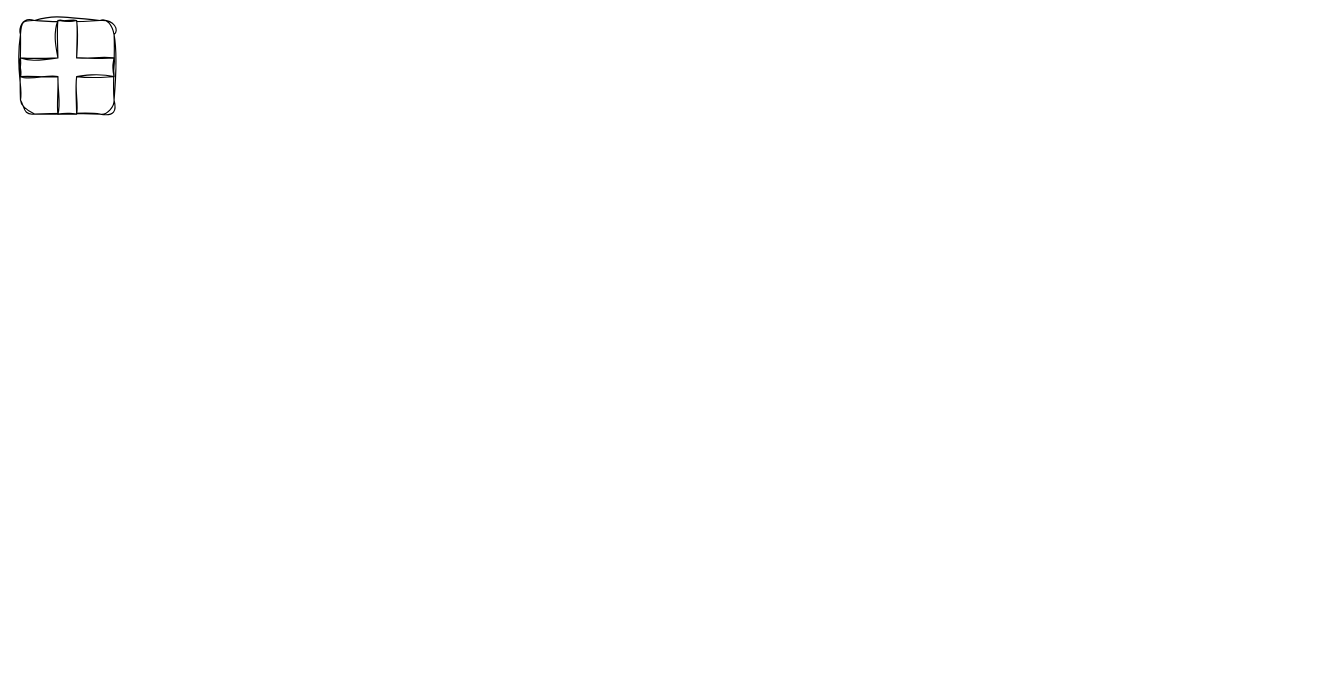
Above: SampleAPP.drawio in KnightCheng4/Draw (draw.io), before the change. Source tidied: cells renumbered, new cells numbered last; positions are measured from the earlier drawing's top-left corner, leaving out a move shared by most shapes. Both pictures are drawn from the tidied source at 117%, with x=0, y=0 at pixel (20, 20).
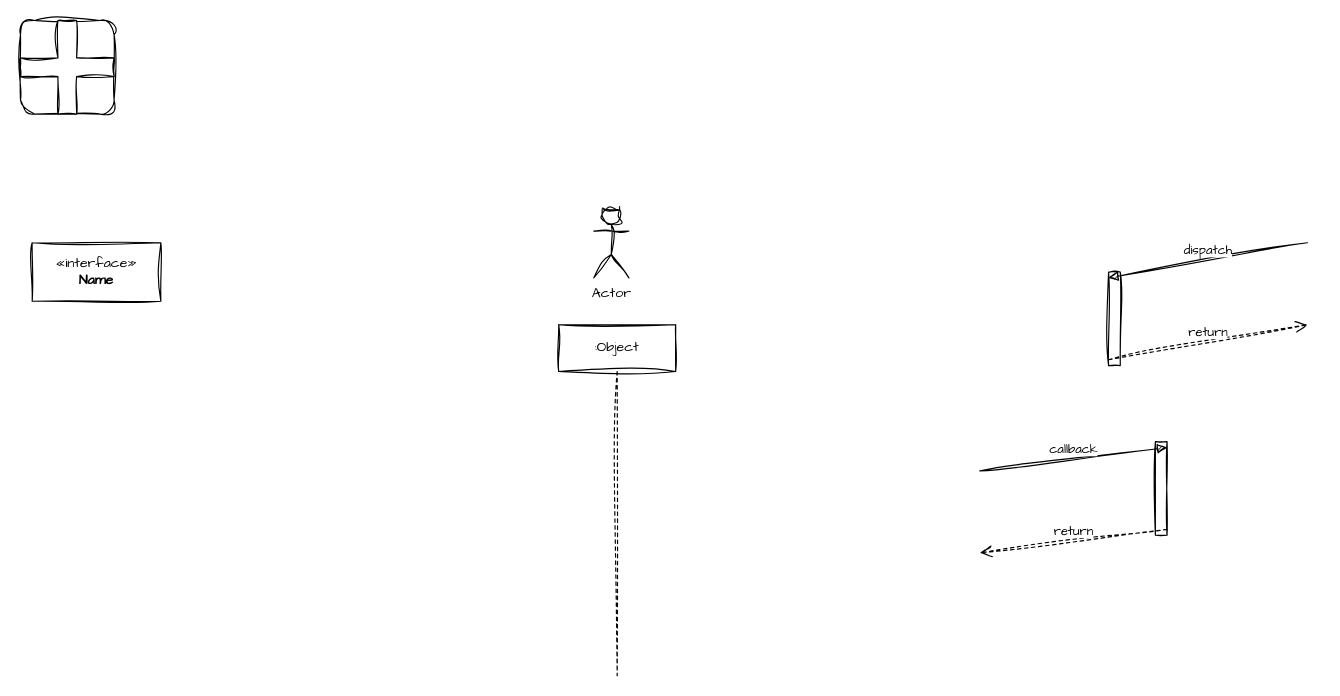
The same diagram, later.

The edit, as a diff of the source:
```diff
@@
 <mxGraphModel>
   <root>
     <mxCell id="0" />
     <mxCell id="1" parent="0" />
     <mxCell id="2" style="rounded=1;whiteSpace=wrap;html=1;sketch=1;hachureGap=4;jiggle=2;curveFitting=1;fontFamily=Architects Daughter;" parent="1" vertex="1">
       <mxGeometry width="80" height="80" as="geometry" />
     </mxCell>
     <mxCell id="3" style="shape=cross;whiteSpace=wrap;html=1;sketch=1;hachureGap=4;jiggle=2;curveFitting=1;fontFamily=Architects Daughter;" parent="1" vertex="1">
       <mxGeometry width="80" height="80" as="geometry" />
     </mxCell>
+    <mxCell id="4" style="html=1;points=[[0,0,0,0,5],[0,1,0,0,-5],[1,0,0,0,5],[1,1,0,0,-5]];perimeter=orthogonalPerimeter;outlineConnect=0;targetShapes=umlLifeline;portConstraint=eastwest;newEdgeStyle={&quot;curved&quot;:0,&quot;rounded&quot;:0};sketch=1;hachureGap=4;jiggle=2;curveFitting=1;fontFamily=Architects Daughter;" parent="1" vertex="1">
+      <mxGeometry x="970" y="360" width="10" height="80" as="geometry" />
+    </mxCell>
+    <mxCell id="5" value="callback" style="html=1;verticalAlign=bottom;endArrow=block;curved=0;rounded=0;entryX=1;entryY=0;entryDx=0;entryDy=5;sketch=1;hachureGap=4;jiggle=2;curveFitting=1;fontFamily=Architects Daughter;" parent="1" edge="1" target="4">
+      <mxGeometry relative="1" as="geometry">
+        <mxPoint x="820" y="385" as="sourcePoint" />
+      </mxGeometry>
+    </mxCell>
+    <mxCell id="6" value="return" style="html=1;verticalAlign=bottom;endArrow=open;dashed=1;endSize=8;curved=0;rounded=0;exitX=1;exitY=1;exitDx=0;exitDy=-5;sketch=1;hachureGap=4;jiggle=2;curveFitting=1;fontFamily=Architects Daughter;" parent="1" edge="1" source="4">
+      <mxGeometry relative="1" as="geometry">
+        <mxPoint x="820" y="455" as="targetPoint" />
+      </mxGeometry>
+    </mxCell>
+    <mxCell id="7" style="html=1;points=[[0,0,0,0,5],[0,1,0,0,-5],[1,0,0,0,5],[1,1,0,0,-5]];perimeter=orthogonalPerimeter;outlineConnect=0;targetShapes=umlLifeline;portConstraint=eastwest;newEdgeStyle={&quot;curved&quot;:0,&quot;rounded&quot;:0};sketch=1;hachureGap=4;jiggle=2;curveFitting=1;fontFamily=Architects Daughter;" parent="1" vertex="1">
+      <mxGeometry x="930" y="215" width="10" height="80" as="geometry" />
+    </mxCell>
+    <mxCell id="8" value="dispatch" style="html=1;verticalAlign=bottom;endArrow=block;curved=0;rounded=0;entryX=0;entryY=0;entryDx=0;entryDy=5;sketch=1;hachureGap=4;jiggle=2;curveFitting=1;fontFamily=Architects Daughter;" parent="1" edge="1" target="7">
+      <mxGeometry relative="1" as="geometry">
+        <mxPoint x="1100" y="190" as="sourcePoint" />
+      </mxGeometry>
+    </mxCell>
+    <mxCell id="9" value="return" style="html=1;verticalAlign=bottom;endArrow=open;dashed=1;endSize=8;curved=0;rounded=0;exitX=0;exitY=1;exitDx=0;exitDy=-5;sketch=1;hachureGap=4;jiggle=2;curveFitting=1;fontFamily=Architects Daughter;" parent="1" edge="1" source="7">
+      <mxGeometry relative="1" as="geometry">
+        <mxPoint x="1100" y="260" as="targetPoint" />
+      </mxGeometry>
+    </mxCell>
+    <mxCell id="10" value="Actor" style="shape=umlActor;verticalLabelPosition=bottom;verticalAlign=top;html=1;sketch=1;hachureGap=4;jiggle=2;curveFitting=1;fontFamily=Architects Daughter;" parent="1" vertex="1">
+      <mxGeometry x="490" y="160" width="30" height="60" as="geometry" />
+    </mxCell>
+    <mxCell id="11" value="&amp;laquo;interface&amp;raquo;&lt;br&gt;&lt;b&gt;Name&lt;/b&gt;" style="html=1;whiteSpace=wrap;sketch=1;hachureGap=4;jiggle=2;curveFitting=1;fontFamily=Architects Daughter;" parent="1" vertex="1">
+      <mxGeometry x="10" y="190" width="110" height="50" as="geometry" />
+    </mxCell>
+    <mxCell id="12" value=":Object" style="shape=umlLifeline;perimeter=lifelinePerimeter;whiteSpace=wrap;html=1;newEdgeStyle={&quot;curved&quot;:0,&quot;rounded&quot;:0};sketch=1;hachureGap=4;jiggle=2;curveFitting=1;fontFamily=Architects Daughter;" parent="1" vertex="1">
+      <mxGeometry x="460" y="260" width="100" height="300" as="geometry" />
+    </mxCell>
   </root>
 </mxGraphModel>
```
